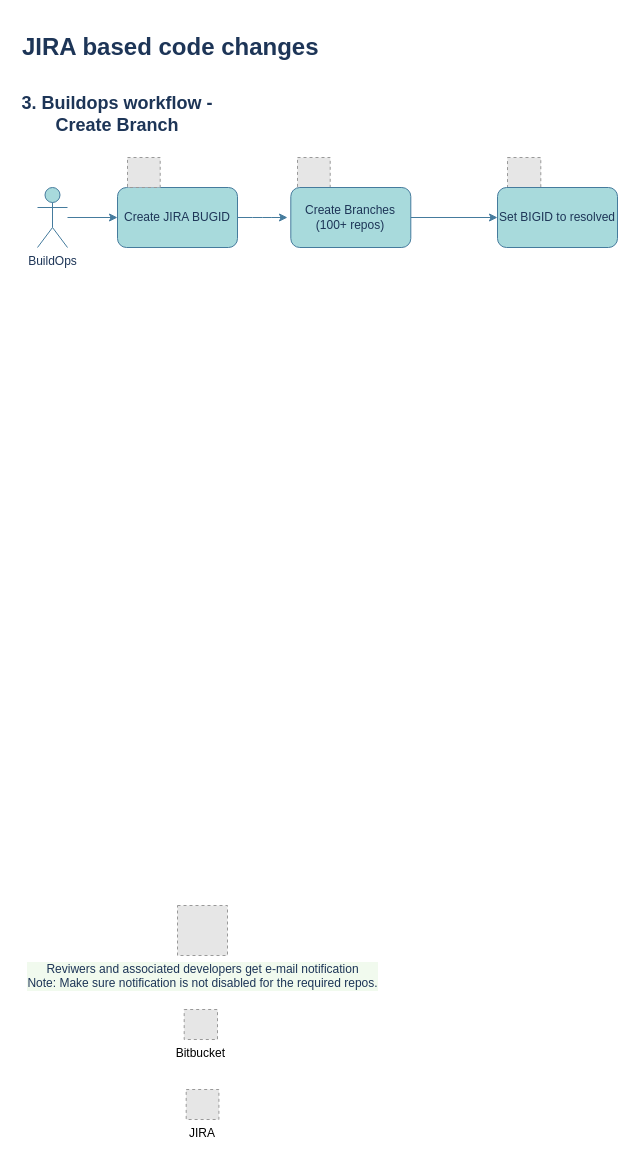
satheesh-nainar/draw-io keeps this draw.io diagram as page "BuildOps-Workflow" (3 of 3) of ReviewProcess.drawio. Above is the earlier version. Source tidied: cells renumbered, new cells numbered last; positions are measured from the earlier drawing's top-left corner, leaving out a move shared by most shapes. Both pictures are drawn from the tidied source at 100%, with x=0, y=0 at pixel (17, 27). Pictures stored in the file or linked from it are replaced by grey dashed boxes.
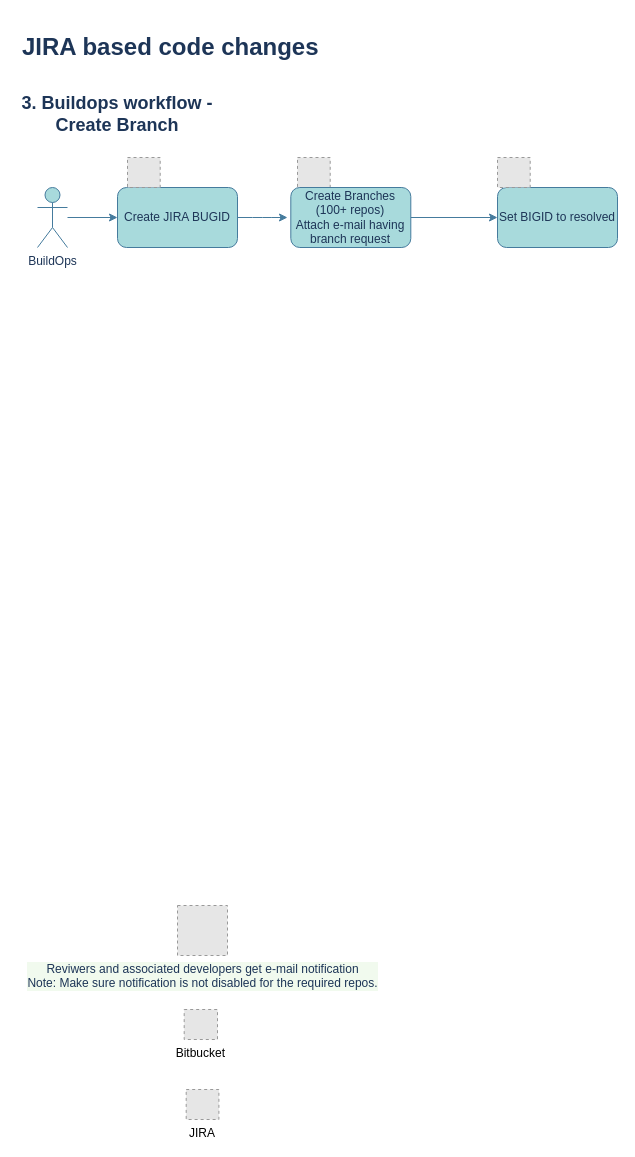
The same diagram, later.

Commit message:
Update buildops workflow

The edit, as a diff of the source:
```diff
@@
 <mxGraphModel>
   <root>
     <mxCell id="0" />
     <mxCell id="1" parent="0" />
     <mxCell id="2" value="&lt;h1&gt;JIRA based code changes&lt;/h1&gt;" style="text;html=1;strokeColor=none;fillColor=none;spacing=5;spacingTop=-20;whiteSpace=wrap;overflow=hidden;rounded=1;fontColor=#1D3557;" parent="1" vertex="1">
       <mxGeometry width="400" height="120" as="geometry" />
     </mxCell>
     <mxCell id="3" value="&lt;font style=&quot;font-size: 18px&quot;&gt;&lt;b&gt;3. Buildops workflow - Create Branch&lt;br&gt;&lt;/b&gt;&lt;/font&gt;" style="text;html=1;strokeColor=none;fillColor=none;align=center;verticalAlign=middle;whiteSpace=wrap;rounded=1;fontColor=#1D3557;" parent="1" vertex="1">
       <mxGeometry y="62" width="200" height="50" as="geometry" />
     </mxCell>
     <mxCell id="4" style="edgeStyle=orthogonalEdgeStyle;jettySize=auto;html=1;labelBackgroundColor=#F1FAEE;strokeColor=#457B9D;fontColor=#1D3557;" parent="1" edge="1" source="5">
       <mxGeometry relative="1" as="geometry">
         <mxPoint x="270" y="190" as="targetPoint" />
       </mxGeometry>
     </mxCell>
     <mxCell id="5" value="Create JIRA BUGID" style="whiteSpace=wrap;html=1;rounded=1;fillColor=#A8DADC;strokeColor=#457B9D;fontColor=#1D3557;" parent="1" vertex="1">
       <mxGeometry x="100" y="160" width="120" height="60" as="geometry" />
     </mxCell>
     <mxCell id="6" style="edgeStyle=orthogonalEdgeStyle;jettySize=auto;html=1;labelBackgroundColor=#F1FAEE;strokeColor=#457B9D;fontColor=#1D3557;" parent="1" edge="1" source="7" target="5">
       <mxGeometry relative="1" as="geometry" />
     </mxCell>
     <mxCell id="7" value="BuildOps" style="shape=umlActor;verticalLabelPosition=bottom;verticalAlign=top;html=1;outlineConnect=0;rounded=1;fillColor=#A8DADC;strokeColor=#457B9D;fontColor=#1D3557;" parent="1" vertex="1">
       <mxGeometry x="20" y="160" width="30" height="60" as="geometry" />
     </mxCell>
     <mxCell id="8" value="Reviwers and associated developers get e-mail notification&lt;br&gt;Note: Make sure notification is not disabled for the required repos." style="fillColor=#E6E6E6;strokeColor=#999999;dashed=1;html=1;verticalAlign=top;verticalLabelPosition=bottom;labelBackgroundColor=#F1FAEE;fontColor=#1D3557;" parent="1" vertex="1">
       <mxGeometry x="160" y="878" width="50" height="50" as="geometry" />
     </mxCell>
     <mxCell id="9" style="fillColor=#E6E6E6;strokeColor=#999999;dashed=1;verticalLabelPosition=bottom;labelBackgroundColor=#ffffff;verticalAlign=top;" parent="1" vertex="1">
       <mxGeometry x="110" y="130" width="32.7" height="30" as="geometry" />
     </mxCell>
     <mxCell id="10" style="fillColor=#E6E6E6;strokeColor=#999999;dashed=1;verticalLabelPosition=bottom;labelBackgroundColor=#ffffff;verticalAlign=top;" parent="1" vertex="1">
       <mxGeometry x="280" y="130" width="32.7" height="30" as="geometry" />
     </mxCell>
-    <mxCell id="11" style="fillColor=#E6E6E6;strokeColor=#999999;dashed=1;verticalLabelPosition=bottom;labelBackgroundColor=#ffffff;verticalAlign=top;" parent="1" vertex="1">
-      <mxGeometry x="490" y="130" width="33.3" height="30" as="geometry" />
-    </mxCell>
     <mxCell id="12" value="Bitbucket" style="fillColor=#E6E6E6;strokeColor=#999999;dashed=1;verticalLabelPosition=bottom;labelBackgroundColor=#ffffff;verticalAlign=top;" parent="1" vertex="1">
       <mxGeometry x="166.7" y="982" width="33.3" height="30" as="geometry" />
     </mxCell>
     <mxCell id="13" value="JIRA" style="fillColor=#E6E6E6;strokeColor=#999999;dashed=1;verticalLabelPosition=bottom;labelBackgroundColor=#ffffff;verticalAlign=top;" parent="1" vertex="1">
       <mxGeometry x="168.7" y="1062" width="32.7" height="30" as="geometry" />
     </mxCell>
     <mxCell id="14" style="edgeStyle=orthogonalEdgeStyle;rounded=1;sketch=0;jettySize=auto;html=1;strokeColor=#457B9D;fillColor=#A8DADC;fontColor=#1D3557;" parent="1" edge="1" source="15" target="16">
       <mxGeometry relative="1" as="geometry" />
     </mxCell>
-    <mxCell id="15" value="Create Branches&lt;br&gt;(100+ repos)" style="whiteSpace=wrap;html=1;rounded=1;fillColor=#A8DADC;strokeColor=#457B9D;fontColor=#1D3557;" parent="1" vertex="1">
+    <mxCell id="15" value="Create Branches&lt;br&gt;(100+ repos)&lt;br&gt;Attach e-mail having branch request" style="whiteSpace=wrap;html=1;rounded=1;fillColor=#A8DADC;strokeColor=#457B9D;fontColor=#1D3557;" parent="1" vertex="1">
       <mxGeometry x="273.3" y="160" width="120" height="60" as="geometry" />
     </mxCell>
     <mxCell id="16" value="Set BIGID to resolved" style="whiteSpace=wrap;html=1;rounded=1;fillColor=#A8DADC;strokeColor=#457B9D;fontColor=#1D3557;" parent="1" vertex="1">
       <mxGeometry x="480" y="160" width="120" height="60" as="geometry" />
     </mxCell>
+    <mxCell id="17" style="fillColor=#E6E6E6;strokeColor=#999999;dashed=1;verticalLabelPosition=bottom;labelBackgroundColor=#ffffff;verticalAlign=top;" parent="1" vertex="1">
+      <mxGeometry x="480" y="130" width="32.7" height="30" as="geometry" />
+    </mxCell>
   </root>
 </mxGraphModel>
```
